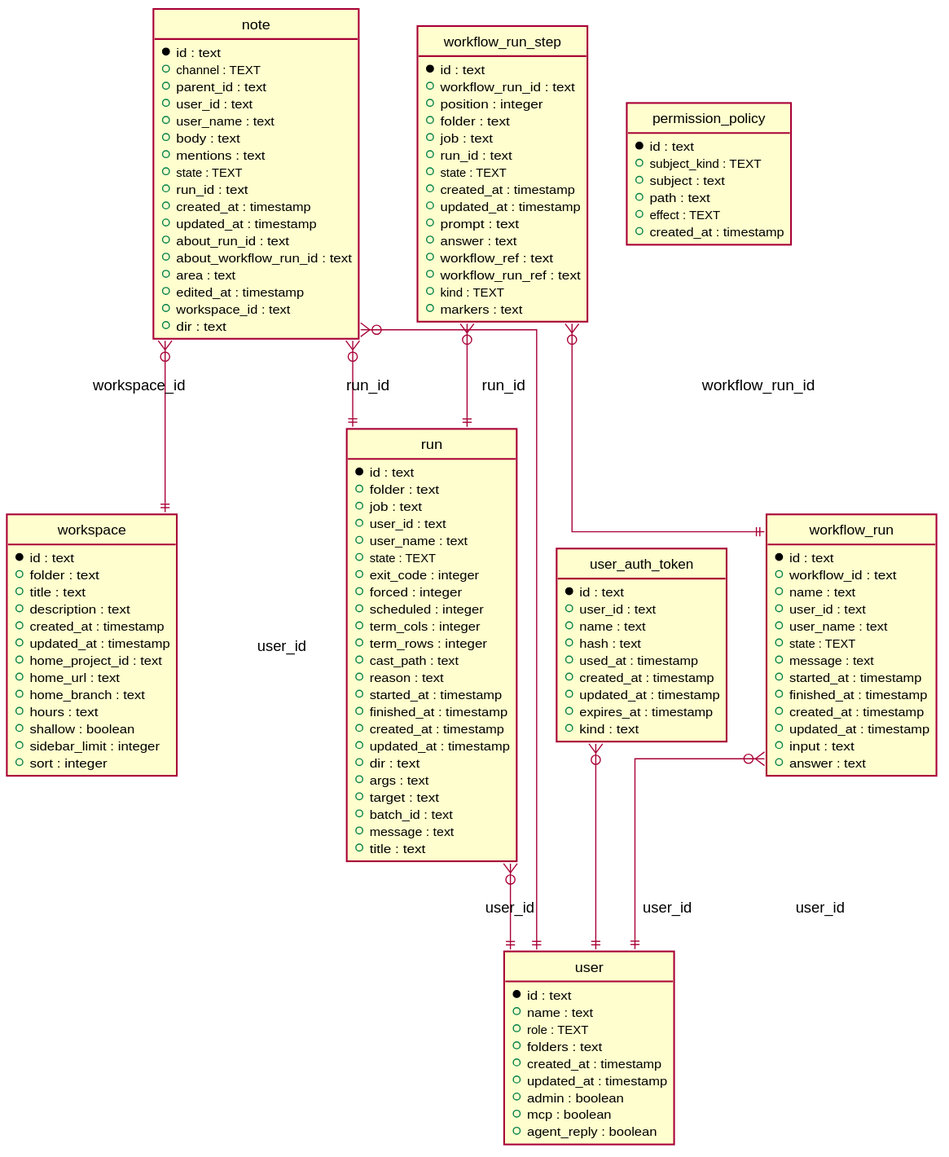
titpetric/task-ui keeps this PlantUML diagram as phpfront/app/modules/profile/schema.svg. Above is the earlier version.
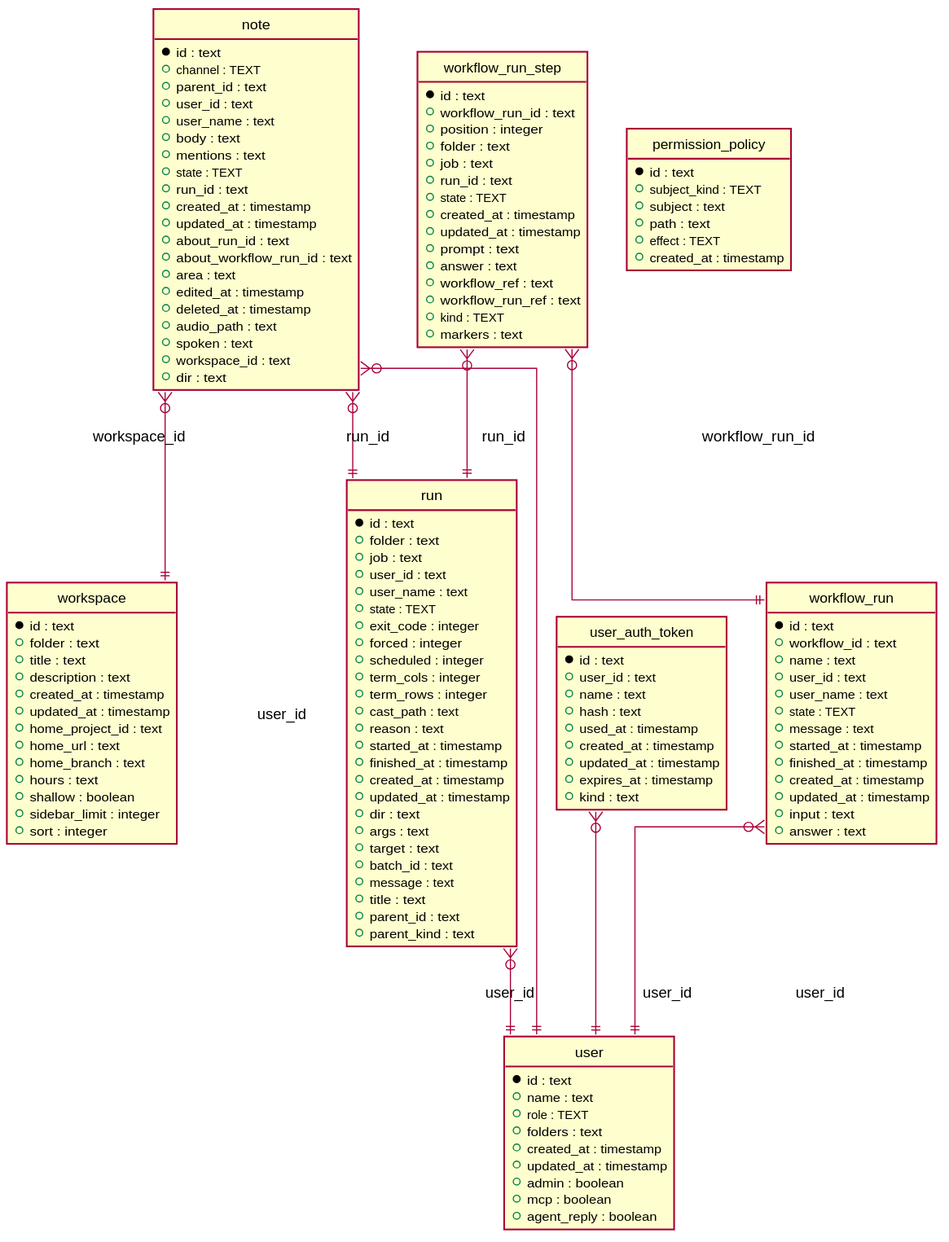
After the commit.

Change to the diagram source:
```diff
@@ -20,6 +20,9 @@
   + about_workflow_run_id : text
   + area : text
   + edited_at : timestamp
+  + deleted_at : timestamp
+  + audio_path : text
+  + spoken : text
   + workspace_id : text
   + dir : text
 }
@@ -57,6 +60,8 @@
   + batch_id : text
   + message : text
   + title : text
+  + parent_id : text
+  + parent_kind : text
 }
 
 entity "user" {
```
